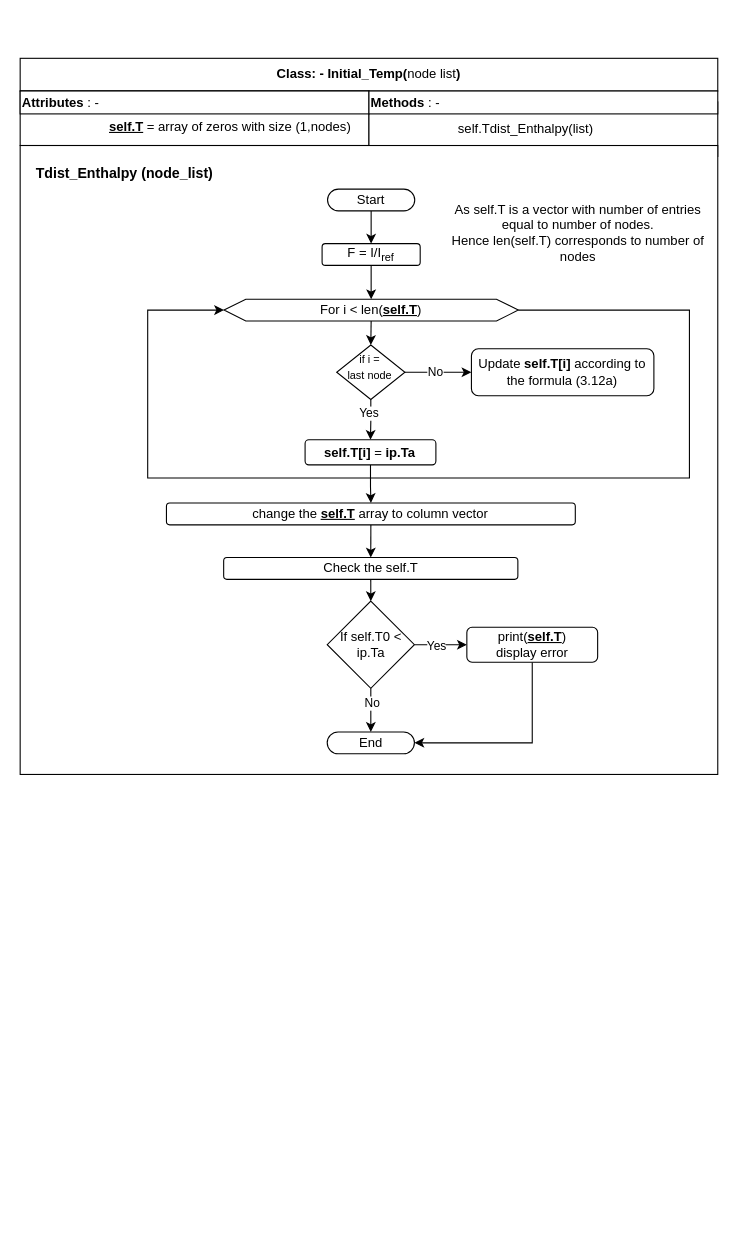
okolekar/PPP keeps this draw.io diagram as .drawio. Above is the earlier version. Source tidied: cells renumbered, new cells numbered last; positions are measured from the earlier drawing's top-left corner, leaving out a move shared by most shapes. Both pictures are drawn from the tidied source at 109%, with x=0, y=0 at pixel (20, 58).
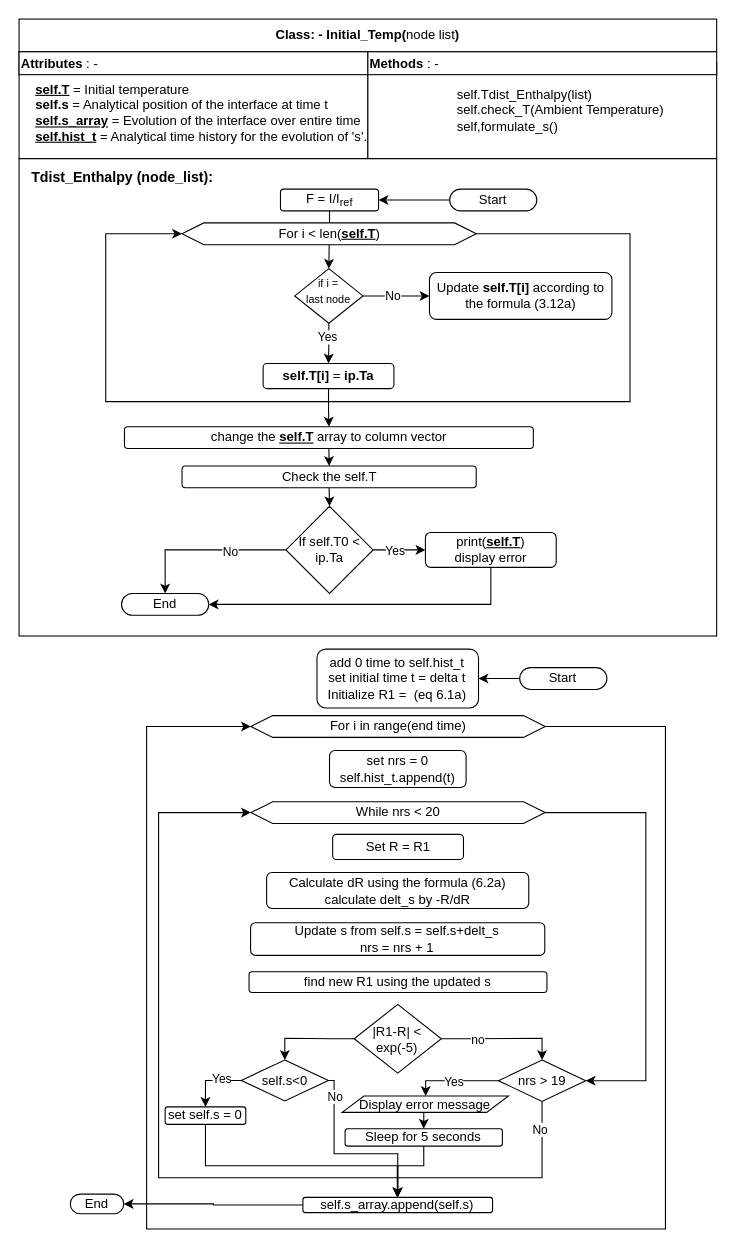
Above is the later version.

Diff of the diagram source:
```diff
@@
+    <mxCell id="38" style="rounded=0;whiteSpace=wrap;html=1;" parent="1" vertex="1">
+      <mxGeometry x="-1" y="92" width="640" height="438" as="geometry" />
+    </mxCell>
     <mxCell id="2" value="&lt;b&gt;Class: - Initial_Temp(&lt;/b&gt;node list&lt;b&gt;)&lt;/b&gt;" style="rounded=0;whiteSpace=wrap;html=1;" parent="1" vertex="1">
-      <mxGeometry width="640" height="30" as="geometry" />
+      <mxGeometry x="-1" y="-36" width="640" height="30" as="geometry" />
     </mxCell>
-    <mxCell id="3" value="&lt;span style=&quot;white-space: pre;&quot;&gt;&#9;&lt;/span&gt;&amp;nbsp;&lt;br&gt;&lt;span style=&quot;white-space: pre;&quot;&gt;&#9;&lt;/span&gt;&lt;span style=&quot;white-space: pre;&quot;&gt;&#9;&lt;/span&gt;&lt;span style=&quot;white-space: pre;&quot;&gt;&#9;&lt;/span&gt;&lt;b&gt;&lt;u&gt;self.T&lt;/u&gt;&lt;/b&gt; = array of zeros with size (1,nodes)" style="rounded=0;whiteSpace=wrap;html=1;align=left;" parent="1" vertex="1">
-      <mxGeometry y="30" width="320" height="50" as="geometry" />
+    <mxCell id="3" value="&lt;span style=&quot;&quot;&gt;&lt;span style=&quot;white-space: pre;&quot;&gt;&amp;nbsp;&amp;nbsp;&amp;nbsp;&amp;nbsp;&lt;/span&gt;&lt;/span&gt;&amp;nbsp;&lt;br&gt;&lt;span style=&quot;&quot;&gt;&lt;span style=&quot;white-space: pre;&quot;&gt;&amp;nbsp;&amp;nbsp;&amp;nbsp;&amp;nbsp;&lt;/span&gt;&lt;/span&gt;&lt;b&gt;&lt;u&gt;self.T&lt;/u&gt;&lt;/b&gt; = Initial temperature&lt;br&gt;&lt;span style=&quot;&quot;&gt;&lt;span style=&quot;white-space: pre;&quot;&gt;&amp;nbsp;&amp;nbsp;&amp;nbsp;&amp;nbsp;&lt;/span&gt;&lt;/span&gt;&lt;b&gt;self.s &lt;/b&gt;= Analytical position of the interface at time t&lt;b&gt;&lt;br&gt;&lt;/b&gt;&lt;span style=&quot;&quot;&gt;&lt;span style=&quot;white-space: pre;&quot;&gt;&amp;nbsp;&amp;nbsp;&amp;nbsp;&amp;nbsp;&lt;/span&gt;&lt;/span&gt;&lt;u style=&quot;font-weight: bold;&quot;&gt;self.s_array&lt;/u&gt;&amp;nbsp;= Evolution of the interface over entire time&lt;br&gt;&amp;nbsp; &amp;nbsp; &lt;b&gt;&lt;u&gt;self.hist_t&lt;/u&gt;&lt;/b&gt; = Analytical time history for the evolution of 's'." style="rounded=0;whiteSpace=wrap;html=1;align=left;" parent="1" vertex="1">
+      <mxGeometry x="-1" y="-6" width="320" height="98" as="geometry" />
     </mxCell>
-    <mxCell id="4" value="&lt;span style=&quot;white-space: pre;&quot;&gt;&#9;&lt;/span&gt;&lt;span style=&quot;white-space: pre;&quot;&gt;&#9;&lt;/span&gt;&lt;span style=&quot;white-space: pre;&quot;&gt;&#9;&lt;/span&gt;self.Tdist_Enthalpy(list)" style="rounded=0;whiteSpace=wrap;html=1;align=left;" parent="1" vertex="1">
-      <mxGeometry x="320" y="40" width="320" height="50" as="geometry" />
+    <mxCell id="4" value="&lt;span style=&quot;white-space: pre;&quot;&gt;&#9;&lt;/span&gt;&lt;span style=&quot;white-space: pre;&quot;&gt;&#9;&lt;/span&gt;&lt;span style=&quot;white-space: pre;&quot;&gt;&#9;&lt;/span&gt;self.Tdist_Enthalpy(list)&lt;br&gt;&lt;span style=&quot;white-space: pre;&quot;&gt;&#9;&lt;/span&gt;&lt;span style=&quot;white-space: pre;&quot;&gt;&#9;&lt;/span&gt;&lt;span style=&quot;white-space: pre;&quot;&gt;&#9;&lt;/span&gt;self.check_T(Ambient Temperature)&lt;br&gt;&lt;span style=&quot;white-space: pre;&quot;&gt;&#9;&lt;/span&gt;&lt;span style=&quot;white-space: pre;&quot;&gt;&#9;&lt;/span&gt;&lt;span style=&quot;white-space: pre;&quot;&gt;&#9;&lt;/span&gt;self,formulate_s()" style="rounded=0;whiteSpace=wrap;html=1;align=left;" parent="1" vertex="1">
+      <mxGeometry x="319" y="4" width="320" height="88" as="geometry" />
     </mxCell>
-    <mxCell id="5" style="rounded=0;whiteSpace=wrap;html=1;" parent="1" vertex="1">
-      <mxGeometry y="80" width="640" height="577" as="geometry" />
-    </mxCell>
-    <mxCell id="6" style="edgeStyle=orthogonalEdgeStyle;rounded=0;jettySize=auto;html=1;exitX=0.5;exitY=1;exitDx=0;exitDy=0;entryX=0.5;entryY=0;entryDx=0;entryDy=0;" parent="1" edge="1" source="7" target="10">
+    <mxCell id="6" style="edgeStyle=orthogonalEdgeStyle;rounded=0;jettySize=auto;html=1;entryX=1;entryY=0.5;entryDx=0;entryDy=0;" parent="1" edge="1" source="7" target="10">
       <mxGeometry relative="1" as="geometry" />
     </mxCell>
     <mxCell id="7" value="Start" style="rounded=1;whiteSpace=wrap;html=1;arcSize=50;" parent="1" vertex="1">
-      <mxGeometry x="282" y="120" width="80" height="20" as="geometry" />
+      <mxGeometry x="394" y="120" width="80" height="20" as="geometry" />
     </mxCell>
     <mxCell id="8" value="End" style="rounded=1;whiteSpace=wrap;html=1;arcSize=50;" parent="1" vertex="1">
-      <mxGeometry x="281.7" y="618" width="80" height="20" as="geometry" />
+      <mxGeometry x="93" y="491" width="80" height="20" as="geometry" />
     </mxCell>
@@
     <mxCell id="10" value="F = I/I&lt;sub&gt;ref&lt;/sub&gt;" style="rounded=1;whiteSpace=wrap;html=1;" parent="1" vertex="1">
-      <mxGeometry x="277" y="170" width="90" height="20" as="geometry" />
+      <mxGeometry x="238.8" y="120" width="90" height="20" as="geometry" />
     </mxCell>
@@
     <mxCell id="12" value="For i &amp;lt; len(&lt;u style=&quot;font-weight: bold;&quot;&gt;self.T&lt;/u&gt;)" style="shape=hexagon;perimeter=hexagonPerimeter2;whiteSpace=wrap;html=1;fixedSize=1;" parent="1" vertex="1">
-      <mxGeometry x="187" y="221" width="270" height="20" as="geometry" />
+      <mxGeometry x="148.5" y="151" width="270" height="20" as="geometry" />
     </mxCell>
-    <mxCell id="13" value="As self.T is a vector with number of entries equal to number of nodes.&lt;br&gt;Hence len(self.T) corresponds to number of nodes" style="text;html=1;strokeColor=none;fillColor=none;align=center;verticalAlign=middle;whiteSpace=wrap;rounded=0;" parent="1" vertex="1">
-      <mxGeometry x="392" y="130" width="240" height="60" as="geometry" />
-    </mxCell>
     <mxCell id="14" value="Update&lt;b&gt;&amp;nbsp;self.T[i] &lt;/b&gt;according to the formula (3.12a)" style="rounded=1;whiteSpace=wrap;html=1;" parent="1" vertex="1">
-      <mxGeometry x="414" y="266.5" width="167.4" height="43" as="geometry" />
+      <mxGeometry x="375.5" y="196.5" width="167.4" height="43" as="geometry" />
     </mxCell>
@@
     <mxCell id="19" style="rhombus;whiteSpace=wrap;html=1;" parent="1" vertex="1">
-      <mxGeometry x="290.4" y="263" width="62.6" height="50" as="geometry" />
+      <mxGeometry x="251.9" y="193" width="62.6" height="50" as="geometry" />
     </mxCell>
     <mxCell id="20" value="&lt;font style=&quot;font-size: 10px;&quot;&gt;if i = &lt;br&gt;last node&lt;/font&gt;" style="text;html=1;strokeColor=none;fillColor=none;align=center;verticalAlign=middle;whiteSpace=wrap;rounded=0;" parent="1" vertex="1">
-      <mxGeometry x="291.4" y="268" width="60" height="30" as="geometry" />
+      <mxGeometry x="252.9" y="198" width="60" height="30" as="geometry" />
     </mxCell>
@@
     <mxCell id="22" value="&lt;b&gt;self.T[i]&lt;/b&gt; = &lt;b&gt;ip.Ta&lt;/b&gt;" style="rounded=1;whiteSpace=wrap;html=1;" parent="1" vertex="1">
-      <mxGeometry x="261.4" y="350" width="120" height="23" as="geometry" />
+      <mxGeometry x="222.9" y="280" width="120" height="23" as="geometry" />
     </mxCell>
@@
     <mxCell id="24" value="change the &lt;b&gt;&lt;u&gt;self.T&lt;/u&gt;&lt;/b&gt; array to column vector" style="rounded=1;whiteSpace=wrap;html=1;" parent="1" vertex="1">
-      <mxGeometry x="134.2" y="408" width="375.1" height="20" as="geometry" />
+      <mxGeometry x="95.7" y="338" width="375.1" height="20" as="geometry" />
     </mxCell>
@@
     <mxCell id="26" value="Check the self.T" style="rounded=1;whiteSpace=wrap;html=1;" parent="1" vertex="1">
-      <mxGeometry x="186.7" y="458" width="269.9" height="20" as="geometry" />
+      <mxGeometry x="148.5" y="374" width="269.9" height="20" as="geometry" />
     </mxCell>
-    <mxCell id="27" style="edgeStyle=orthogonalEdgeStyle;rounded=0;jettySize=auto;html=1;exitX=0.5;exitY=1;exitDx=0;exitDy=0;entryX=0.5;entryY=0;entryDx=0;entryDy=0;" parent="1" edge="1" source="31" target="8">
+    <mxCell id="27" style="edgeStyle=orthogonalEdgeStyle;rounded=0;jettySize=auto;html=1;exitX=0;exitY=0.5;exitDx=0;exitDy=0;entryX=0.5;entryY=0;entryDx=0;entryDy=0;" parent="1" edge="1" source="31" target="8">
       <mxGeometry relative="1" as="geometry" />
     </mxCell>
@@
     <mxCell id="31" value="If self.T0 &amp;lt; ip.Ta" style="rhombus;whiteSpace=wrap;html=1;" parent="1" vertex="1">
-      <mxGeometry x="281.7" y="498" width="80" height="80" as="geometry" />
+      <mxGeometry x="243.8" y="411" width="80" height="80" as="geometry" />
     </mxCell>
@@
     <mxCell id="33" value="print(&lt;b&gt;&lt;u&gt;self.T&lt;/u&gt;&lt;/b&gt;)&lt;br&gt;display error" style="rounded=1;whiteSpace=wrap;html=1;" parent="1" vertex="1">
-      <mxGeometry x="409.8" y="522" width="120" height="32" as="geometry" />
+      <mxGeometry x="371.8" y="435" width="120" height="32" as="geometry" />
     </mxCell>
-    <mxCell id="34" value="&lt;b&gt;&lt;font style=&quot;font-size: 13px;&quot;&gt;Tdist_Enthalpy (node_list)&lt;/font&gt;&lt;/b&gt;" style="text;html=1;strokeColor=none;fillColor=none;align=center;verticalAlign=middle;whiteSpace=wrap;rounded=0;" parent="1" vertex="1">
-      <mxGeometry x="1" y="90" width="190" height="30" as="geometry" />
+    <mxCell id="34" value="&lt;b&gt;&lt;font style=&quot;font-size: 13px;&quot;&gt;Tdist_Enthalpy (node_list):&lt;/font&gt;&lt;/b&gt;" style="text;html=1;strokeColor=none;fillColor=none;align=center;verticalAlign=middle;whiteSpace=wrap;rounded=0;" parent="1" vertex="1">
+      <mxGeometry x="-1" y="94" width="190" height="30" as="geometry" />
     </mxCell>
     <mxCell id="35" style="edgeStyle=orthogonalEdgeStyle;rounded=0;orthogonalLoop=1;jettySize=auto;html=1;exitX=1;exitY=0.5;exitDx=0;exitDy=0;entryX=0;entryY=0.5;entryDx=0;entryDy=0;" parent="1" edge="1" source="12" target="12">
       <mxGeometry relative="1" as="geometry">
         <Array as="points">
-          <mxPoint x="614" y="231" />
-          <mxPoint x="614" y="385" />
-          <mxPoint x="117" y="385" />
-          <mxPoint x="117" y="231" />
+          <mxPoint x="559.5" y="161" />
+          <mxPoint x="559.5" y="315" />
+          <mxPoint x="78.5" y="315" />
+          <mxPoint x="78.5" y="161" />
         </Array>
       </mxGeometry>
     </mxCell>
     <mxCell id="36" value="&lt;b&gt;Attributes &lt;/b&gt;: -" style="rounded=0;whiteSpace=wrap;html=1;align=left;" parent="1" vertex="1">
-      <mxGeometry y="30" width="320" height="21" as="geometry" />
+      <mxGeometry x="-1" y="-6" width="320" height="21" as="geometry" />
     </mxCell>
     <mxCell id="37" value="&lt;b&gt;Methods&amp;nbsp;&lt;/b&gt;: -" style="rounded=0;whiteSpace=wrap;html=1;align=left;" parent="1" vertex="1">
-      <mxGeometry x="320" y="30" width="320" height="21" as="geometry" />
+      <mxGeometry x="319" y="-6" width="320" height="21" as="geometry" />
     </mxCell>
+    <mxCell id="39" style="edgeStyle=orthogonalEdgeStyle;rounded=0;jettySize=auto;html=1;entryX=1;entryY=0.5;entryDx=0;entryDy=0;" parent="1" edge="1" source="40" target="42">
+      <mxGeometry relative="1" as="geometry" />
+    </mxCell>
+    <mxCell id="40" value="Start" style="rounded=1;whiteSpace=wrap;html=1;arcSize=50;" parent="1" vertex="1">
+      <mxGeometry x="458.3" y="559" width="80" height="20" as="geometry" />
+    </mxCell>
+    <mxCell id="41" value="End" style="rounded=1;whiteSpace=wrap;html=1;arcSize=50;" parent="1" vertex="1">
+      <mxGeometry x="46" y="1042" width="49" height="18" as="geometry" />
+    </mxCell>
+    <mxCell id="42" value="add 0 time to self.hist_t&lt;br&gt;set initial time t = delta t&lt;br style=&quot;border-color: var(--border-color);&quot;&gt;Initialize R1 =&amp;nbsp; (eq 6.1a)" style="rounded=1;whiteSpace=wrap;html=1;" parent="1" vertex="1">
+      <mxGeometry x="272.3" y="542" width="148.2" height="54" as="geometry" />
+    </mxCell>
+    <mxCell id="43" value="For i in range(end time)" style="shape=hexagon;perimeter=hexagonPerimeter2;whiteSpace=wrap;html=1;fixedSize=1;" parent="1" vertex="1">
+      <mxGeometry x="211.7" y="603" width="270" height="20" as="geometry" />
+    </mxCell>
+    <mxCell id="44" value="set nrs = 0&lt;br&gt;self.hist_t.append(t)" style="rounded=1;whiteSpace=wrap;html=1;" parent="1" vertex="1">
+      <mxGeometry x="283.8" y="635" width="125.3" height="34" as="geometry" />
+    </mxCell>
+    <mxCell id="45" value="Set R = R1" style="rounded=1;whiteSpace=wrap;html=1;" parent="1" vertex="1">
+      <mxGeometry x="286.7" y="712" width="120" height="23" as="geometry" />
+    </mxCell>
+    <mxCell id="46" value="Calculate dR using the formula (6.2a)&lt;br&gt;calculate delt_s by -R/dR" style="rounded=1;whiteSpace=wrap;html=1;" parent="1" vertex="1">
+      <mxGeometry x="226.1" y="747" width="240.5" height="33" as="geometry" />
+    </mxCell>
+    <mxCell id="47" value="Update s from self.s = self.s+delt_s&lt;br&gt;nrs = nrs + 1" style="rounded=1;whiteSpace=wrap;html=1;" parent="1" vertex="1">
+      <mxGeometry x="211.4" y="793" width="269.9" height="30" as="geometry" />
+    </mxCell>
+    <mxCell id="48" value="find new R1 using the updated s" style="rounded=1;whiteSpace=wrap;html=1;" parent="1" vertex="1">
+      <mxGeometry x="210" y="838" width="273.3" height="19" as="geometry" />
+    </mxCell>
+    <mxCell id="49" style="edgeStyle=orthogonalEdgeStyle;rounded=0;jettySize=auto;html=1;entryX=1;entryY=0.5;entryDx=0;entryDy=0;" parent="1" edge="1" source="50" target="66">
+      <mxGeometry relative="1" as="geometry">
+        <Array as="points">
+          <mxPoint x="574" y="692" />
+          <mxPoint x="574" y="938" />
+        </Array>
+      </mxGeometry>
+    </mxCell>
+    <mxCell id="50" value="While nrs &amp;lt; 20" style="shape=hexagon;perimeter=hexagonPerimeter2;whiteSpace=wrap;html=1;fixedSize=1;" parent="1" vertex="1">
+      <mxGeometry x="211.7" y="682" width="270" height="20" as="geometry" />
+    </mxCell>
+    <mxCell id="51" style="edgeStyle=orthogonalEdgeStyle;rounded=0;jettySize=auto;html=1;entryX=0.5;entryY=0;entryDx=0;entryDy=0;" parent="1" edge="1" source="54" target="66">
+      <mxGeometry relative="1" as="geometry" />
+    </mxCell>
+    <mxCell id="52" value="no" style="edgeLabel;html=1;align=center;verticalAlign=middle;" parent="51" vertex="1">
+      <mxGeometry x="-0.4" y="-1" relative="1" as="geometry" />
+    </mxCell>
+    <mxCell id="53" style="edgeStyle=orthogonalEdgeStyle;rounded=0;jettySize=auto;html=1;entryX=0.5;entryY=0;entryDx=0;entryDy=0;" parent="1" edge="1" source="54" target="59">
+      <mxGeometry relative="1" as="geometry" />
+    </mxCell>
+    <mxCell id="54" value="|R1-R| &amp;lt; exp(-5)" style="rhombus;whiteSpace=wrap;html=1;" parent="1" vertex="1">
+      <mxGeometry x="306.4" y="868" width="80" height="63" as="geometry" />
+    </mxCell>
+    <mxCell id="55" style="edgeStyle=orthogonalEdgeStyle;rounded=0;jettySize=auto;html=1;exitX=0;exitY=0.5;exitDx=0;exitDy=0;" parent="1" edge="1" source="59" target="61">
+      <mxGeometry relative="1" as="geometry" />
+    </mxCell>
+    <mxCell id="56" value="Yes" style="edgeLabel;html=1;align=center;verticalAlign=middle;" parent="55" vertex="1">
+      <mxGeometry x="-0.36" y="-1" relative="1" as="geometry" />
+    </mxCell>
+    <mxCell id="57" style="edgeStyle=orthogonalEdgeStyle;rounded=0;jettySize=auto;html=1;exitX=1;exitY=0.5;exitDx=0;exitDy=0;entryX=0.5;entryY=0;entryDx=0;entryDy=0;" parent="1" edge="1" source="59" target="72">
+      <mxGeometry relative="1" as="geometry">
+        <Array as="points">
+          <mxPoint x="288" y="938" />
+          <mxPoint x="288" y="1005" />
+          <mxPoint x="346" y="1005" />
+        </Array>
+      </mxGeometry>
+    </mxCell>
+    <mxCell id="58" value="No" style="edgeLabel;html=1;align=center;verticalAlign=middle;" parent="57" vertex="1">
+      <mxGeometry x="-0.77" relative="1" as="geometry" />
+    </mxCell>
+    <mxCell id="59" value="self.s&amp;lt;0" style="rhombus;whiteSpace=wrap;html=1;" parent="1" vertex="1">
+      <mxGeometry x="202.8" y="919" width="80" height="37.5" as="geometry" />
+    </mxCell>
+    <mxCell id="60" style="edgeStyle=orthogonalEdgeStyle;rounded=0;jettySize=auto;html=1;exitX=0.5;exitY=1;exitDx=0;exitDy=0;" parent="1" edge="1" source="61" target="72">
+      <mxGeometry relative="1" as="geometry">
+        <Array as="points">
+          <mxPoint x="170" y="1016" />
+          <mxPoint x="346" y="1016" />
+        </Array>
+      </mxGeometry>
+    </mxCell>
+    <mxCell id="61" value="set self.s = 0" style="rounded=1;whiteSpace=wrap;html=1;" parent="1" vertex="1">
+      <mxGeometry x="133" y="962" width="74" height="16" as="geometry" />
+    </mxCell>
+    <mxCell id="62" style="edgeStyle=orthogonalEdgeStyle;rounded=0;jettySize=auto;html=1;" parent="1" edge="1" source="66" target="70">
+      <mxGeometry relative="1" as="geometry">
+        <Array as="points">
+          <mxPoint x="372" y="938" />
+        </Array>
+      </mxGeometry>
+    </mxCell>
+    <mxCell id="63" value="Yes" style="edgeLabel;html=1;align=center;verticalAlign=middle;" parent="62" vertex="1">
+      <mxGeometry x="0.01" relative="1" as="geometry" />
+    </mxCell>
+    <mxCell id="64" style="edgeStyle=orthogonalEdgeStyle;rounded=0;jettySize=auto;html=1;entryX=0;entryY=0.5;entryDx=0;entryDy=0;" parent="1" edge="1" source="66" target="50">
+      <mxGeometry relative="1" as="geometry">
+        <Array as="points">
+          <mxPoint x="479" y="1027" />
+          <mxPoint x="127" y="1027" />
+          <mxPoint x="127" y="692" />
+        </Array>
+      </mxGeometry>
+    </mxCell>
+    <mxCell id="65" value="No" style="edgeLabel;html=1;align=center;verticalAlign=middle;" parent="64" vertex="1">
+      <mxGeometry x="-0.94" y="-2" relative="1" as="geometry" />
+    </mxCell>
+    <mxCell id="66" value="nrs &amp;gt; 19" style="rhombus;whiteSpace=wrap;html=1;" parent="1" vertex="1">
+      <mxGeometry x="438.8" y="919" width="80" height="38" as="geometry" />
+    </mxCell>
+    <mxCell id="67" style="edgeStyle=orthogonalEdgeStyle;rounded=0;jettySize=auto;html=1;exitX=0.5;exitY=1;exitDx=0;exitDy=0;entryX=0.5;entryY=0;entryDx=0;entryDy=0;" parent="1" edge="1" source="68" target="72">
+      <mxGeometry relative="1" as="geometry">
+        <Array as="points">
+          <mxPoint x="370" y="1016" />
+          <mxPoint x="346" y="1016" />
+        </Array>
+      </mxGeometry>
+    </mxCell>
+    <mxCell id="68" value="Sleep for 5 seconds" style="rounded=1;whiteSpace=wrap;html=1;" parent="1" vertex="1">
+      <mxGeometry x="298.1" y="982" width="144.3" height="16" as="geometry" />
+    </mxCell>
+    <mxCell id="69" style="edgeStyle=orthogonalEdgeStyle;rounded=0;jettySize=auto;html=1;exitX=0.5;exitY=1;exitDx=0;exitDy=0;entryX=0.5;entryY=0;entryDx=0;entryDy=0;" parent="1" edge="1" source="70" target="68">
+      <mxGeometry relative="1" as="geometry" />
+    </mxCell>
+    <mxCell id="70" value="Display error message" style="shape=parallelogram;perimeter=parallelogramPerimeter;whiteSpace=wrap;html=1;fixedSize=1;" parent="1" vertex="1">
+      <mxGeometry x="295.4" y="952" width="152.6" height="15" as="geometry" />
+    </mxCell>
+    <mxCell id="71" style="edgeStyle=orthogonalEdgeStyle;rounded=0;jettySize=auto;html=1;exitX=0;exitY=0.5;exitDx=0;exitDy=0;" parent="1" edge="1" source="72" target="41">
+      <mxGeometry relative="1" as="geometry" />
+    </mxCell>
+    <mxCell id="72" value="self.s_array.append(self.s)" style="rounded=1;whiteSpace=wrap;html=1;" parent="1" vertex="1">
+      <mxGeometry x="259.4" y="1045" width="174" height="14" as="geometry" />
+    </mxCell>
+    <mxCell id="73" style="edgeStyle=orthogonalEdgeStyle;rounded=0;orthogonalLoop=1;jettySize=auto;html=1;exitX=1;exitY=0.5;exitDx=0;exitDy=0;entryX=0;entryY=0.5;entryDx=0;entryDy=0;" parent="1" edge="1" source="43" target="43">
+      <mxGeometry relative="1" as="geometry">
+        <Array as="points">
+          <mxPoint x="592" y="613" />
+          <mxPoint x="592" y="1074" />
+          <mxPoint x="116" y="1074" />
+          <mxPoint x="116" y="613" />
+        </Array>
+      </mxGeometry>
+    </mxCell>
```
